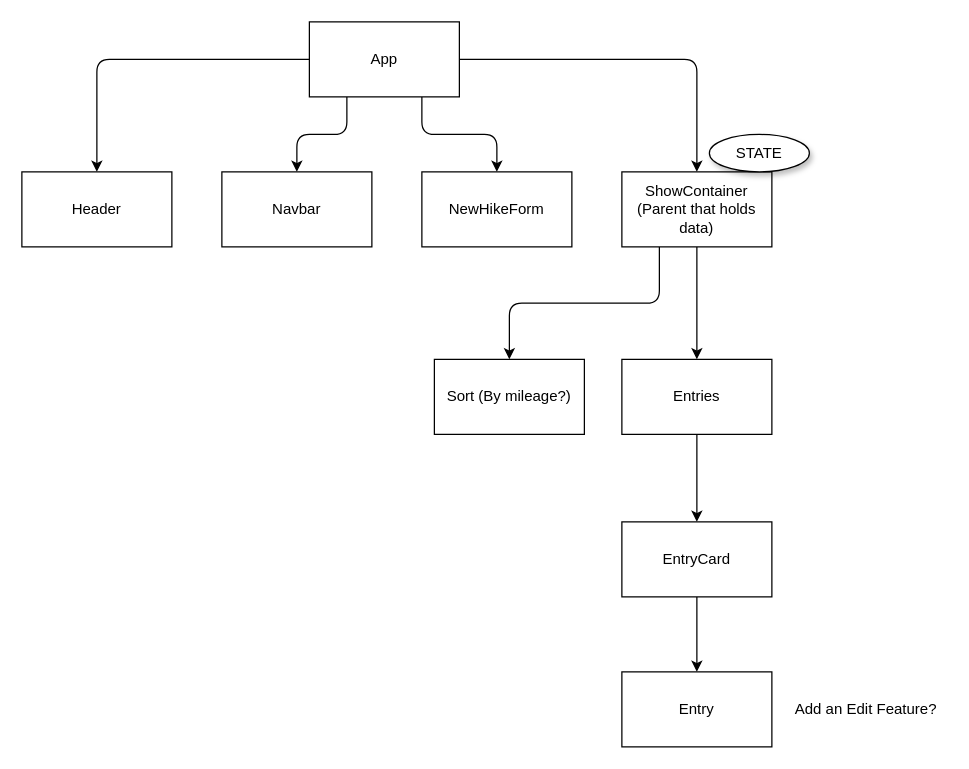
The draw.io diagram Hierarchy.drawio in Stelluuh/Phase-2-Project-VentureLog, before the edit. Source tidied: cells renumbered, new cells numbered last; positions are measured from the earlier drawing's top-left corner, leaving out a move shared by most shapes. Both pictures are drawn from the tidied source at 125%, with x=0, y=0 at pixel (21, 21).
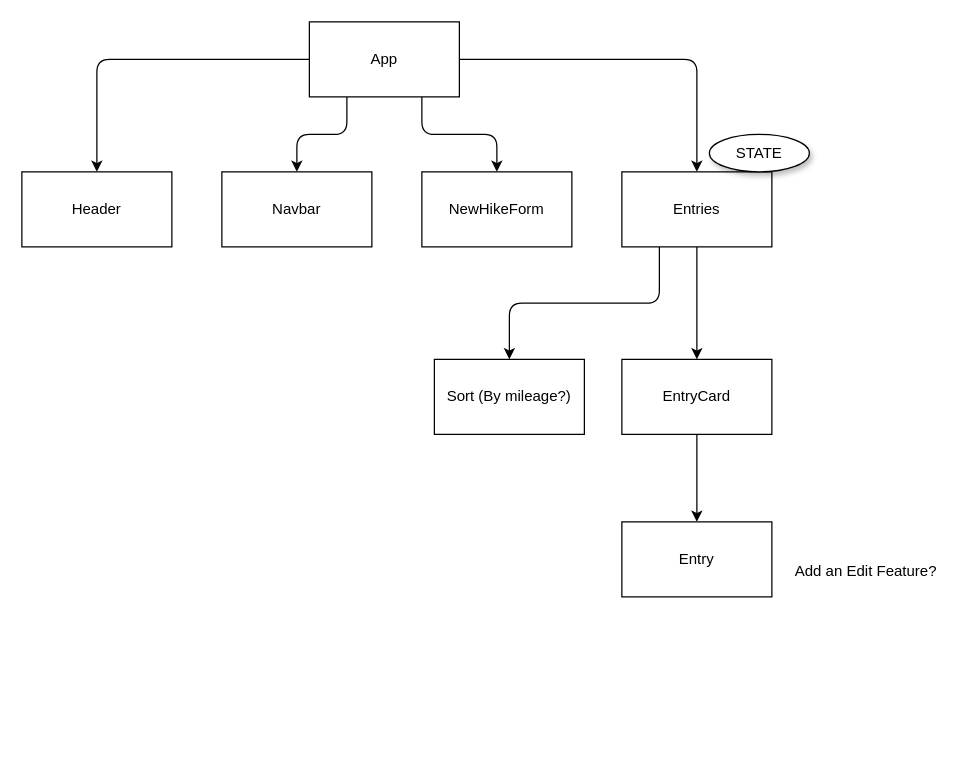
The same page after the edit.

Commit message (it also covers changes not shown here):
add return form to new entry component

The edit, as a diff of the source:
```diff
@@
-    <mxCell id="12" value="ShowContainer (Parent that holds data)" style="whiteSpace=wrap;html=1;" parent="1" vertex="1">
+    <mxCell id="12" value="Entries" style="whiteSpace=wrap;html=1;" parent="1" vertex="1">
       <mxGeometry x="480" y="120" width="120" height="60" as="geometry" />
     </mxCell>
@@
-    <mxCell id="15" value="Entries" style="whiteSpace=wrap;html=1;" parent="1" vertex="1">
+    <mxCell id="15" value="EntryCard" style="whiteSpace=wrap;html=1;" parent="1" vertex="1">
       <mxGeometry x="480" y="270" width="120" height="60" as="geometry" />
     </mxCell>
-    <mxCell id="16" style="edgeStyle=none;html=1;" parent="1" edge="1" source="17">
-      <mxGeometry relative="1" as="geometry">
-        <mxPoint x="540" y="520" as="targetPoint" />
-      </mxGeometry>
-    </mxCell>
-    <mxCell id="17" value="EntryCard" style="whiteSpace=wrap;html=1;" parent="1" vertex="1">
+    <mxCell id="17" value="Entry" style="whiteSpace=wrap;html=1;" parent="1" vertex="1">
       <mxGeometry x="480" y="400" width="120" height="60" as="geometry" />
     </mxCell>
-    <mxCell id="18" value="Entry" style="whiteSpace=wrap;html=1;" parent="1" vertex="1">
-      <mxGeometry x="480" y="520" width="120" height="60" as="geometry" />
-    </mxCell>
@@
     <mxCell id="20" value="Add an Edit Feature?" style="text;html=1;align=center;verticalAlign=middle;strokeColor=none;fillColor=none;" parent="1" vertex="1">
-      <mxGeometry x="610" y="540" width="130" height="20" as="geometry" />
+      <mxGeometry x="610" y="430" width="130" height="20" as="geometry" />
     </mxCell>
```
